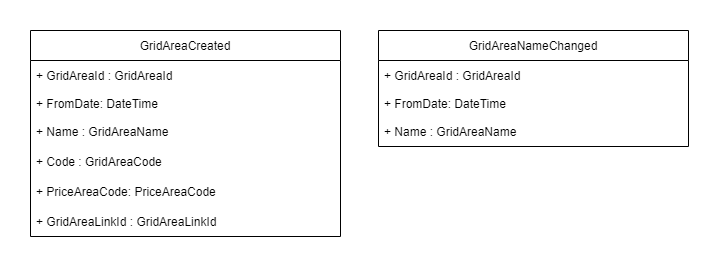
Before: docs/images/Actor_register-GridAreaIntegrationEvents.drawio.png, a diagram exported from draw.io (Energinet-DataHub/geh-market-participant). Source tidied: cells renumbered, new cells last; positions are measured from the earlier drawing's top-left corner, leaving out a move shared by most shapes.
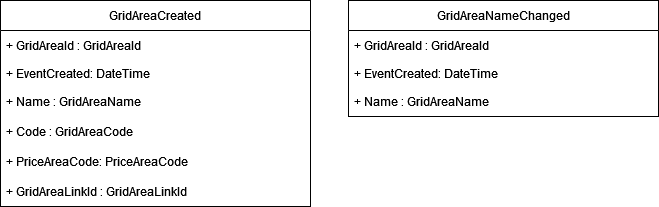
The same diagram one commit later.

Diff of the diagram source:
```diff
@@ -8,7 +8,7 @@
     <mxCell id="3" value="+ GridAreaId : GridAreaId" style="text;strokeColor=none;fillColor=none;align=left;verticalAlign=middle;spacingLeft=4;spacingRight=4;overflow=hidden;" parent="2" vertex="1">
       <mxGeometry y="30" width="310" height="30" as="geometry" />
     </mxCell>
-    <mxCell id="4" value="+ FromDate: DateTime" style="text;strokeColor=none;fillColor=none;align=left;verticalAlign=top;spacingLeft=4;spacingRight=4;overflow=hidden;" parent="2" vertex="1">
+    <mxCell id="4" value="+ EventCreated: DateTime" style="text;strokeColor=none;fillColor=none;align=left;verticalAlign=top;spacingLeft=4;spacingRight=4;overflow=hidden;" parent="2" vertex="1">
       <mxGeometry y="60" width="310" height="26" as="geometry" />
     </mxCell>
     <mxCell id="5" value="+ Name : GridAreaName" style="text;strokeColor=none;fillColor=none;align=left;verticalAlign=middle;spacingLeft=4;spacingRight=4;overflow=hidden;" parent="2" vertex="1">
@@ -29,7 +29,7 @@
     <mxCell id="10" value="+ GridAreaId : GridAreaId" style="text;strokeColor=none;fillColor=none;align=left;verticalAlign=middle;spacingLeft=4;spacingRight=4;overflow=hidden;" parent="9" vertex="1">
       <mxGeometry y="30" width="310" height="30" as="geometry" />
     </mxCell>
-    <mxCell id="11" value="+ FromDate: DateTime" style="text;strokeColor=none;fillColor=none;align=left;verticalAlign=top;spacingLeft=4;spacingRight=4;overflow=hidden;" parent="9" vertex="1">
+    <mxCell id="11" value="+ EventCreated: DateTime" style="text;strokeColor=none;fillColor=none;align=left;verticalAlign=top;spacingLeft=4;spacingRight=4;overflow=hidden;" parent="9" vertex="1">
       <mxGeometry y="60" width="310" height="26" as="geometry" />
     </mxCell>
     <mxCell id="12" value="+ Name : GridAreaName" style="text;strokeColor=none;fillColor=none;align=left;verticalAlign=middle;spacingLeft=4;spacingRight=4;overflow=hidden;" parent="9" vertex="1">
```
